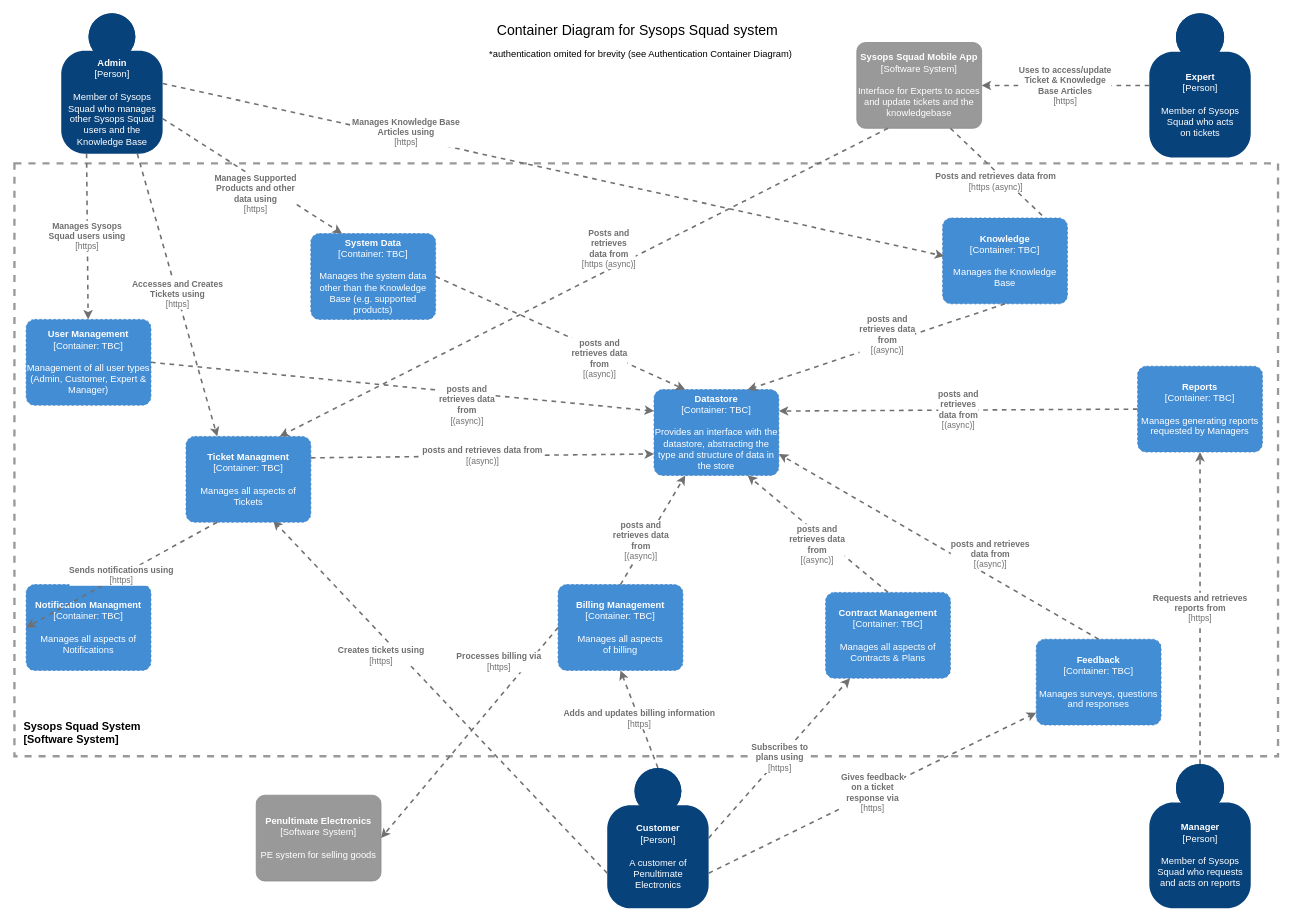
tekiegirl/TheMadKatas keeps this draw.io diagram as 3.ViewsAndPerspectives/infrastructure/images/ContainerDiagram.drawio. Above is the earlier version. Source tidied: cells renumbered, new cells numbered last; positions are measured from the earlier drawing's top-left corner, leaving out a move shared by most shapes. Both pictures are drawn from the tidied source at 78%, with x=0, y=0 at pixel (14, 13).
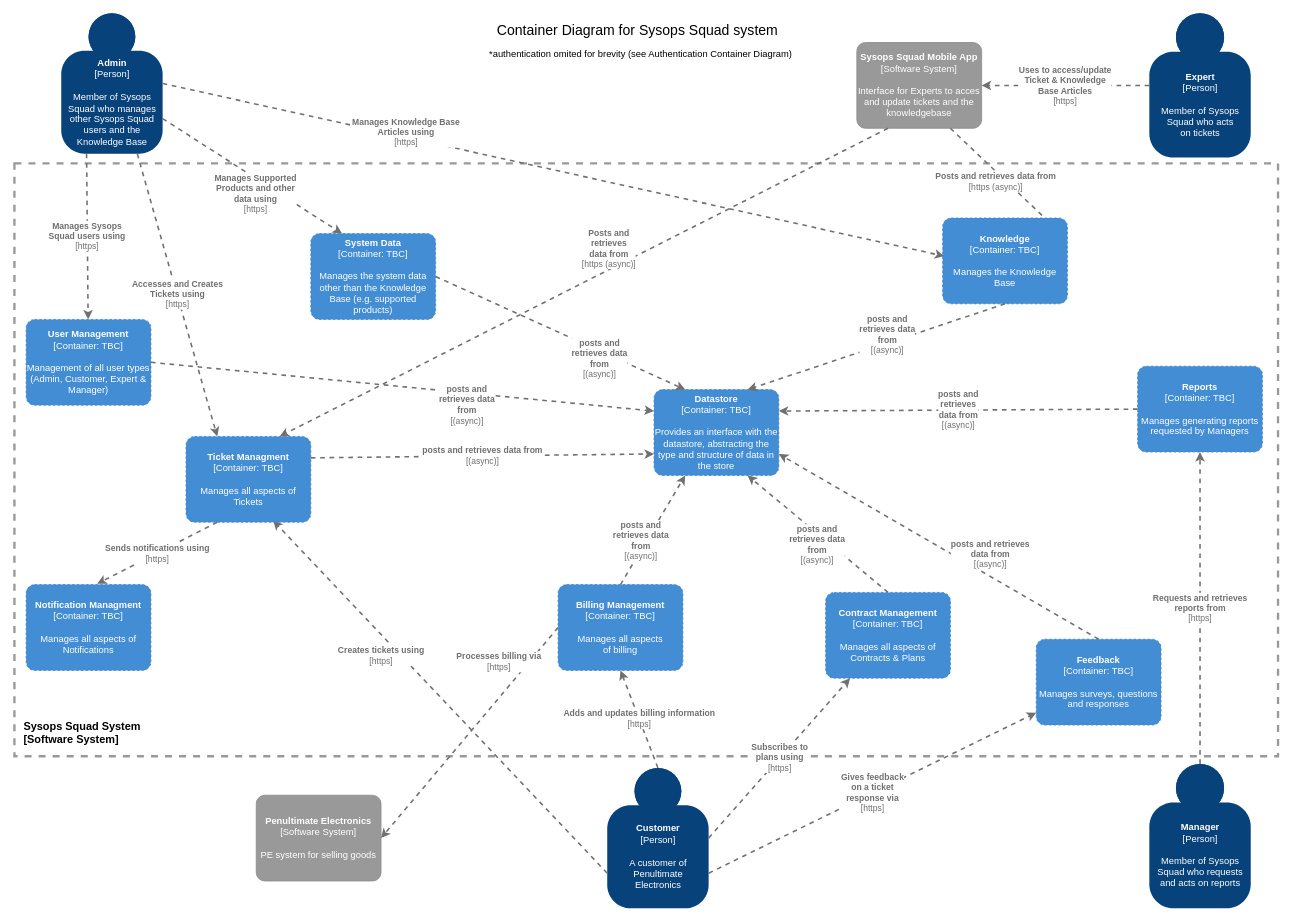
The same page after the edit.

Commit message (it also covers changes not shown here):
Correct arrow in Container diagram

The change refers to these unchanged cells:
```xml
<object id="20" label="&lt;b&gt;%c4Name%&lt;/b&gt;&lt;div&gt;[%c4Type%: %c4Technology%]&lt;/div&gt;&lt;br&gt;&lt;div&gt;%c4Description%&lt;/div&gt;" c4Description="Manages all aspects of Tickets" c4Name="Ticket Managment" c4Technology="TBC" c4Type="Container" placeholders="1">
  <mxCell style="rounded=1;whiteSpace=wrap;html=1;labelBackgroundColor=none;fillColor=#438DD5;fontColor=#ffffff;align=center;arcSize=10;strokeColor=#3C7FC0;metaData={&quot;c4Type&quot;:{&quot;editable&quot;:false}};points=[[0.25,0,0],[0.5,0,0],[0.75,0,0],[1,0.25,0],[1,0.5,0],[1,0.75,0],[0.75,1,0],[0.5,1,0],[0.25,1,0],[0,0.75,0],[0,0.5,0],[0,0.25,0]];dashed=1;" parent="1" vertex="1">
    <mxGeometry x="220" y="542" width="160" height="110" as="geometry" />
  </mxCell>
</object>
<object id="39" label="&lt;b&gt;%c4Name%&lt;/b&gt;&lt;div&gt;[%c4Type%: %c4Technology%]&lt;/div&gt;&lt;br&gt;&lt;div&gt;%c4Description%&lt;/div&gt;" c4Description="Manages all aspects of Notifications" c4Name="Notification Managment" c4Technology="TBC" c4Type="Container" placeholders="1">
  <mxCell style="rounded=1;whiteSpace=wrap;html=1;labelBackgroundColor=none;fillColor=#438DD5;fontColor=#ffffff;align=center;arcSize=10;strokeColor=#3C7FC0;metaData={&quot;c4Type&quot;:{&quot;editable&quot;:false}};points=[[0.25,0,0],[0.5,0,0],[0.75,0,0],[1,0.25,0],[1,0.5,0],[1,0.75,0],[0.75,1,0],[0.5,1,0],[0.25,1,0],[0,0.75,0],[0,0.5,0],[0,0.25,0]];dashed=1;" parent="1" vertex="1">
    <mxGeometry x="15" y="732" width="160" height="110" as="geometry" />
  </mxCell>
</object>
```

Change to the diagram source:
```diff
@@
     <object id="40" label="&lt;div style=&quot;text-align: left&quot;&gt;&lt;div style=&quot;text-align: center&quot;&gt;&lt;b&gt;%c4Description%&lt;/b&gt;&lt;/div&gt;&lt;div style=&quot;text-align: center&quot;&gt;[%c4Technology%]&lt;/div&gt;&lt;/div&gt;" c4Description="Sends notifications using" c4Technology="https" placeholders="1">
-      <mxCell style="edgeStyle=none;rounded=0;html=1;jettySize=auto;strokeColor=#707070;strokeWidth=2;fontColor=#707070;jumpStyle=none;dashed=1;metaData={&quot;c4Type&quot;:{&quot;editable&quot;:false}};exitX=0.25;exitY=1;exitDx=0;exitDy=0;exitPerimeter=0;entryX=0;entryY=0.5;entryDx=0;entryDy=0;entryPerimeter=0;" parent="1" edge="1" source="20" target="39">
+      <mxCell style="edgeStyle=none;rounded=0;html=1;jettySize=auto;strokeColor=#707070;strokeWidth=2;fontColor=#707070;jumpStyle=none;dashed=1;metaData={&quot;c4Type&quot;:{&quot;editable&quot;:false}};exitX=0.25;exitY=1;exitDx=0;exitDy=0;exitPerimeter=0;entryX=0.569;entryY=-0.009;entryDx=0;entryDy=0;entryPerimeter=0;" parent="1" edge="1" source="20" target="39">
         <mxGeometry relative="1" as="geometry" />
       </mxCell>
     </object>
```
